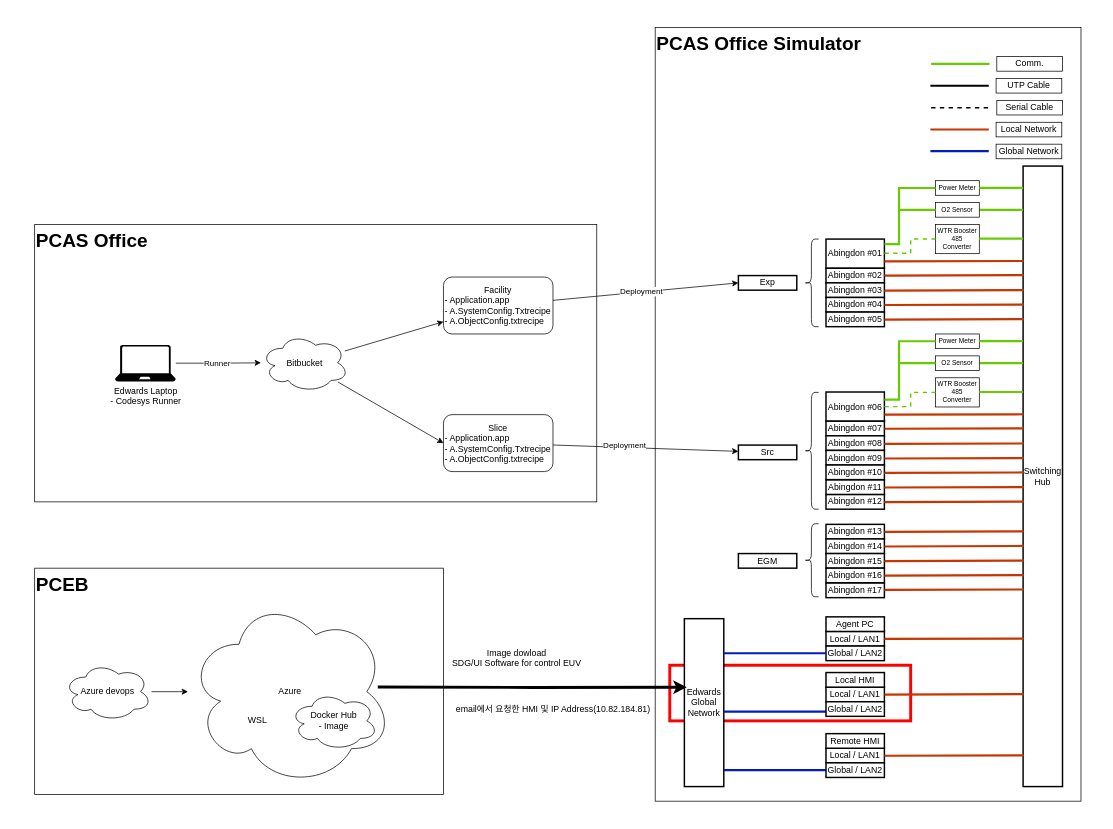
This is page "페이지-2" (2 of 2) of Gen4 TumaloTestRig Configuration.drawio from EdwardsKorea/CommonDrawIO, a draw.io file, before an edit. Source tidied: cells renumbered, new cells numbered last; positions are measured from the earlier drawing's top-left corner, leaving out a move shared by most shapes. Both pictures are drawn from the tidied source at 73%, with x=0, y=0 at pixel (34, 27).
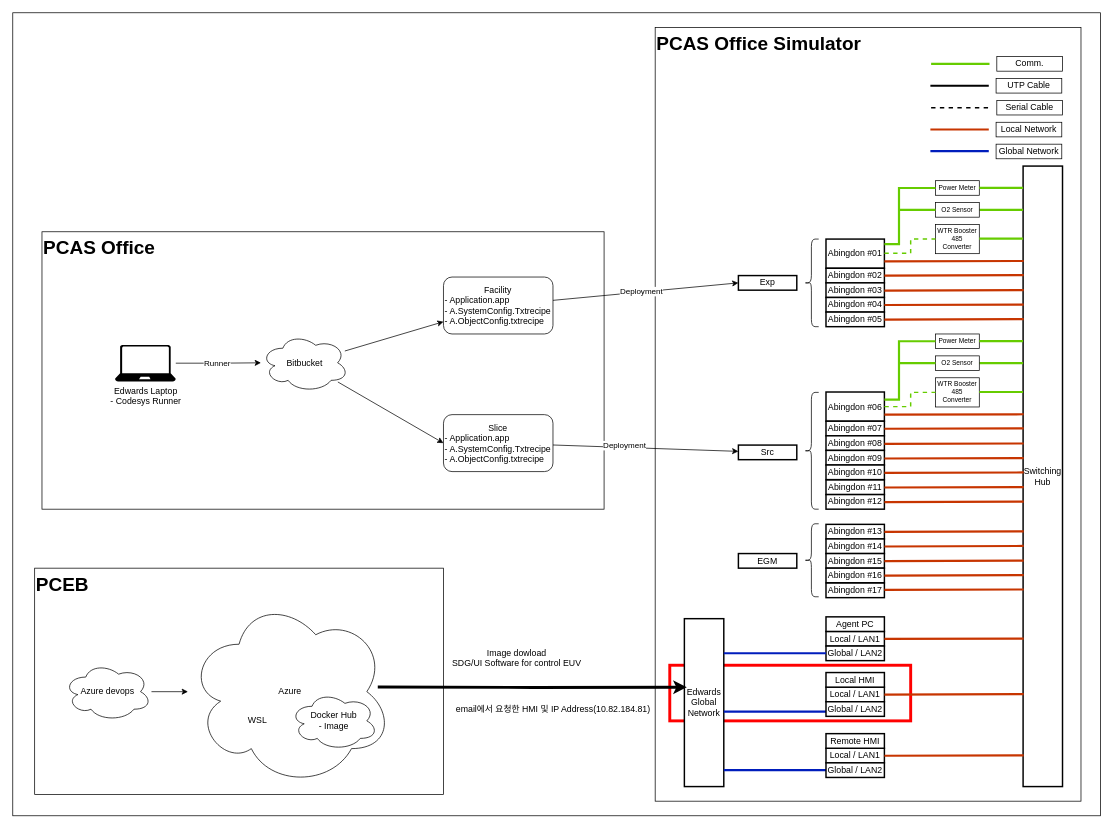
Above is the later version.

Diff of the diagram source:
```diff
@@
-    <mxCell id="2" value="&lt;b&gt;&lt;font style=&quot;font-size: 26px;&quot;&gt;PCAS Office&lt;/font&gt;&lt;/b&gt;" style="rounded=0;whiteSpace=wrap;html=1;align=left;horizontal=1;verticalAlign=top;" parent="1" vertex="1">
-      <mxGeometry y="270" width="770" height="380" as="geometry" />
+    <mxCell id="2" style="rounded=0;whiteSpace=wrap;html=1;align=left;horizontal=1;verticalAlign=top;" parent="1" vertex="1">
+      <mxGeometry x="-30" y="-20" width="1490" height="1100" as="geometry" />
     </mxCell>
+    <mxCell id="111" value="&lt;b&gt;&lt;font style=&quot;font-size: 26px;&quot;&gt;PCAS Office&lt;/font&gt;&lt;/b&gt;" style="rounded=0;whiteSpace=wrap;html=1;align=left;horizontal=1;verticalAlign=top;" parent="1" vertex="1">
+      <mxGeometry x="10" y="280" width="770" height="380" as="geometry" />
+    </mxCell>
```
